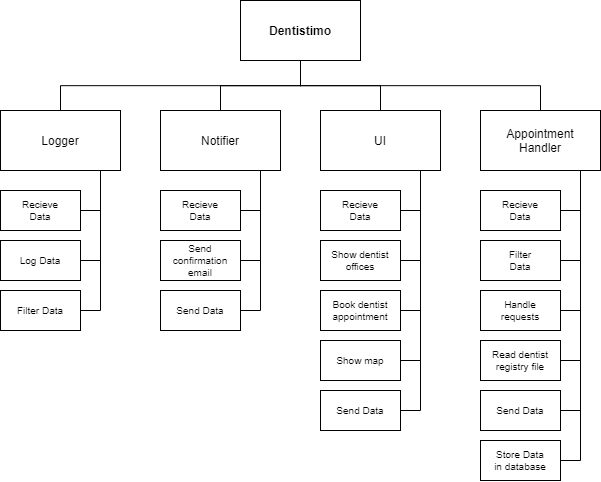
Earlier version of the draw.io export images/functional_decomposition.png (Brother-Blue/Dist.-Systems-documentation). Source tidied: cells renumbered, new cells last; positions are measured from the earlier drawing's top-left corner, leaving out a move shared by most shapes.
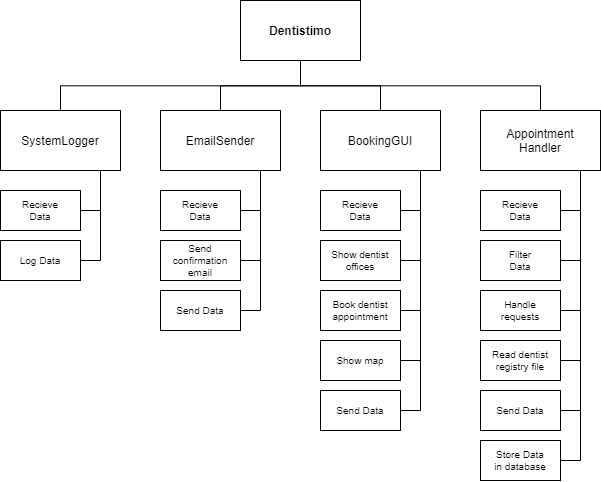
The same diagram one commit later.

Commit message:
Updated functional diagram

The edit, as a diff of the source:
```diff
@@ -32,7 +32,7 @@
         </Array>
       </mxGeometry>
     </mxCell>
-    <mxCell id="9" value="Logger" style="rounded=0;whiteSpace=wrap;html=1;" parent="1" vertex="1">
+    <mxCell id="9" value="SystemLogger" style="rounded=0;whiteSpace=wrap;html=1;" parent="1" vertex="1">
       <mxGeometry y="110" width="120" height="60" as="geometry" />
     </mxCell>
     <mxCell id="10" style="edgeStyle=elbowEdgeStyle;rounded=0;jettySize=auto;html=1;exitX=0.75;exitY=1;exitDx=0;exitDy=0;entryX=1;entryY=0.5;entryDx=0;entryDy=0;endArrow=none;endFill=0;" parent="1" edge="1" source="12" target="28">
@@ -49,7 +49,7 @@
         </Array>
       </mxGeometry>
     </mxCell>
-    <mxCell id="12" value="Notifier" style="rounded=0;whiteSpace=wrap;html=1;" parent="1" vertex="1">
+    <mxCell id="12" value="EmailSender" style="rounded=0;whiteSpace=wrap;html=1;" parent="1" vertex="1">
       <mxGeometry x="160" y="110" width="120" height="60" as="geometry" />
     </mxCell>
     <mxCell id="13" style="edgeStyle=elbowEdgeStyle;rounded=0;jettySize=auto;html=1;exitX=0.75;exitY=1;exitDx=0;exitDy=0;entryX=1;entryY=0.5;entryDx=0;entryDy=0;endArrow=none;endFill=0;" parent="1" edge="1" source="18" target="30">
@@ -87,7 +87,7 @@
         </Array>
       </mxGeometry>
     </mxCell>
-    <mxCell id="18" value="UI" style="rounded=0;whiteSpace=wrap;html=1;" parent="1" vertex="1">
+    <mxCell id="18" value="BookingGUI" style="rounded=0;whiteSpace=wrap;html=1;" parent="1" vertex="1">
       <mxGeometry x="320" y="110" width="120" height="60" as="geometry" />
     </mxCell>
     <mxCell id="19" style="edgeStyle=elbowEdgeStyle;rounded=0;jettySize=auto;html=1;exitX=0.75;exitY=1;exitDx=0;exitDy=0;entryX=1;entryY=0.5;entryDx=0;entryDy=0;endArrow=none;endFill=0;" parent="1" edge="1" source="25" target="35">
@@ -180,21 +180,13 @@
     <mxCell id="40" value="Store Data&lt;br&gt;in database" style="rounded=0;whiteSpace=wrap;html=1;fontSize=10;" parent="1" vertex="1">
       <mxGeometry x="480" y="440" width="80" height="40" as="geometry" />
     </mxCell>
-    <mxCell id="41" style="edgeStyle=orthogonalEdgeStyle;rounded=0;jettySize=auto;html=1;exitX=1;exitY=0.5;exitDx=0;exitDy=0;fontSize=10;endArrow=none;endFill=0;" parent="1" edge="1" source="42">
+    <mxCell id="41" style="edgeStyle=orthogonalEdgeStyle;rounded=0;jettySize=auto;html=1;exitX=1;exitY=0.5;exitDx=0;exitDy=0;endArrow=none;endFill=0;fontSize=10;" parent="1" edge="1" source="42">
       <mxGeometry relative="1" as="geometry">
-        <mxPoint x="100" y="250" as="targetPoint" />
+        <mxPoint x="260" y="240" as="targetPoint" />
       </mxGeometry>
     </mxCell>
-    <mxCell id="42" value="Filter Data" style="rounded=0;whiteSpace=wrap;html=1;fontSize=10;" parent="1" vertex="1">
-      <mxGeometry y="290" width="80" height="40" as="geometry" />
+    <mxCell id="42" value="Send Data" style="rounded=0;whiteSpace=wrap;html=1;fontSize=10;" parent="1" vertex="1">
+      <mxGeometry x="160" y="290" width="80" height="40" as="geometry" />
     </mxCell>
-    <mxCell id="43" style="edgeStyle=orthogonalEdgeStyle;rounded=0;jettySize=auto;html=1;exitX=1;exitY=0.5;exitDx=0;exitDy=0;endArrow=none;endFill=0;fontSize=10;" parent="1" edge="1" source="44">
-      <mxGeometry relative="1" as="geometry">
-        <mxPoint x="260" y="240" as="targetPoint" />
-      </mxGeometry>
-    </mxCell>
-    <mxCell id="44" value="Send Data" style="rounded=0;whiteSpace=wrap;html=1;fontSize=10;" parent="1" vertex="1">
-      <mxGeometry x="160" y="290" width="80" height="40" as="geometry" />
-    </mxCell>
   </root>
 </mxGraphModel>
```
